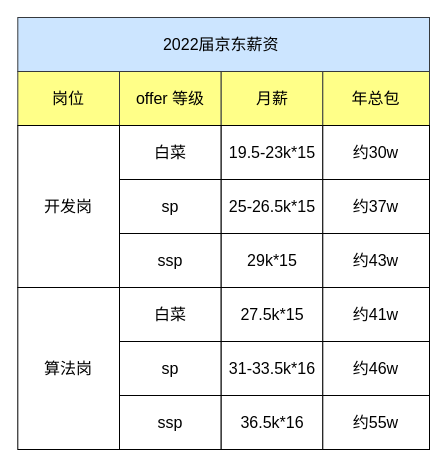
Before: 杂/京东.drawio in xiaolincoder/ImageHost4, a draw.io diagram. Source tidied: cells renumbered, new cells numbered last; positions are measured from the earlier drawing's top-left corner, leaving out a move shared by most shapes. Both pictures are drawn from the tidied source at 100%, with x=0, y=0 at pixel (17, 17).
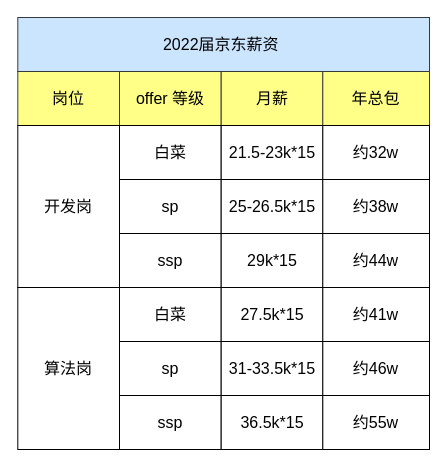
After the change.

The change refers to these unchanged cells:
```xml
<mxCell id="23" style="group;" parent="1" vertex="1">
  <mxGeometry x="305.3" y="216" width="106.7" height="216" as="geometry" />
</mxCell>
```

Change to the diagram source:
```diff
@@
-    <mxCell id="6" value="19.5-23k*15" style="rounded=0;whiteSpace=wrap;html=1;fontSize=16;" parent="1" vertex="1">
+    <mxCell id="6" value="21.5-23k*15" style="rounded=0;whiteSpace=wrap;html=1;fontSize=16;" parent="1" vertex="1">
       <mxGeometry x="203.7" y="108" width="101.7" height="54" as="geometry" />
     </mxCell>
@@
-    <mxCell id="17" value="31-33.5k*16" style="rounded=0;whiteSpace=wrap;html=1;fontSize=16;" parent="1" vertex="1">
+    <mxCell id="17" value="31-33.5k*15" style="rounded=0;whiteSpace=wrap;html=1;fontSize=16;" parent="1" vertex="1">
       <mxGeometry x="203.7" y="324" width="101.7" height="54" as="geometry" />
     </mxCell>
-    <mxCell id="18" value="36.5k*16" style="rounded=0;whiteSpace=wrap;html=1;fontSize=16;" parent="1" vertex="1">
+    <mxCell id="18" value="36.5k*15" style="rounded=0;whiteSpace=wrap;html=1;fontSize=16;" parent="1" vertex="1">
       <mxGeometry x="203.7" y="378" width="101.7" height="54" as="geometry" />
     </mxCell>
@@
-    <mxCell id="21" value="约30w" style="rounded=0;whiteSpace=wrap;html=1;fontSize=16;" parent="1" vertex="1">
+    <mxCell id="21" value="约32w" style="rounded=0;whiteSpace=wrap;html=1;fontSize=16;" parent="1" vertex="1">
       <mxGeometry x="305.3" y="108" width="106.7" height="54" as="geometry" />
     </mxCell>
-    <mxCell id="22" value="约37w" style="rounded=0;whiteSpace=wrap;html=1;fontSize=16;" parent="1" vertex="1">
+    <mxCell id="22" value="约38w" style="rounded=0;whiteSpace=wrap;html=1;fontSize=16;" parent="1" vertex="1">
       <mxGeometry x="305.3" y="162" width="106.7" height="54" as="geometry" />
     </mxCell>
@@
-    <mxCell id="24" value="约43w" style="rounded=0;whiteSpace=wrap;html=1;fontSize=16;" parent="23" vertex="1">
+    <mxCell id="24" value="约44w" style="rounded=0;whiteSpace=wrap;html=1;fontSize=16;" parent="23" vertex="1">
       <mxGeometry width="106.7" height="54" as="geometry" />
     </mxCell>
```
